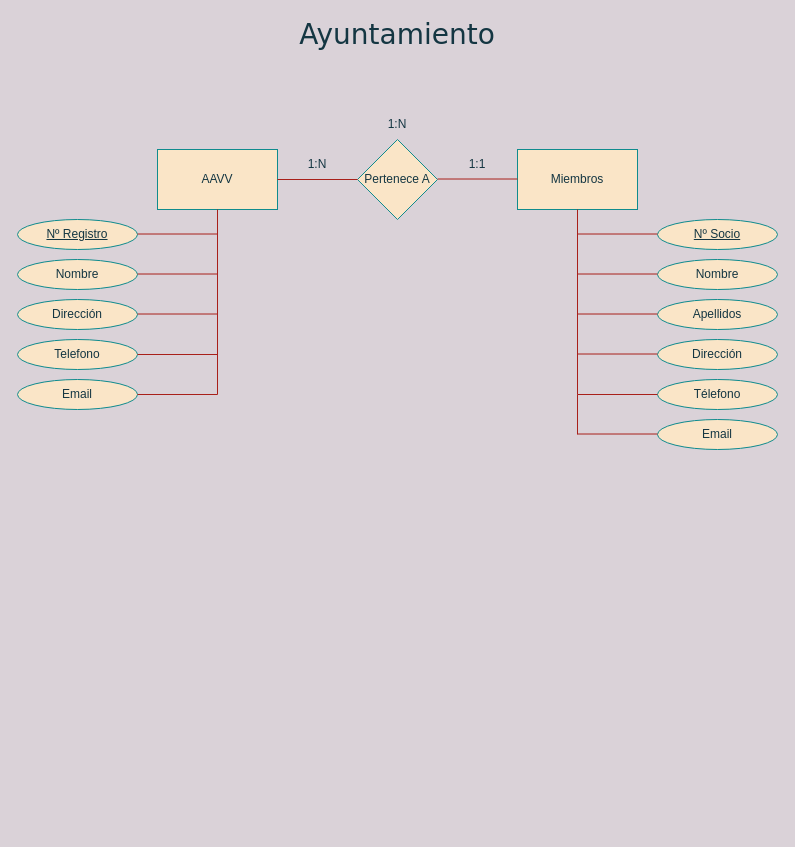
Above: BBDD/Disenyo/Ejercicio1/Ejercicio1.drawio in LazaroBC/Abastos (draw.io), before the change. Source tidied: cells renumbered, new cells numbered last; positions are measured from the earlier drawing's top-left corner, leaving out a move shared by most shapes. Both pictures are drawn from the tidied source at 100%, with x=0, y=0 at pixel (17, 19).
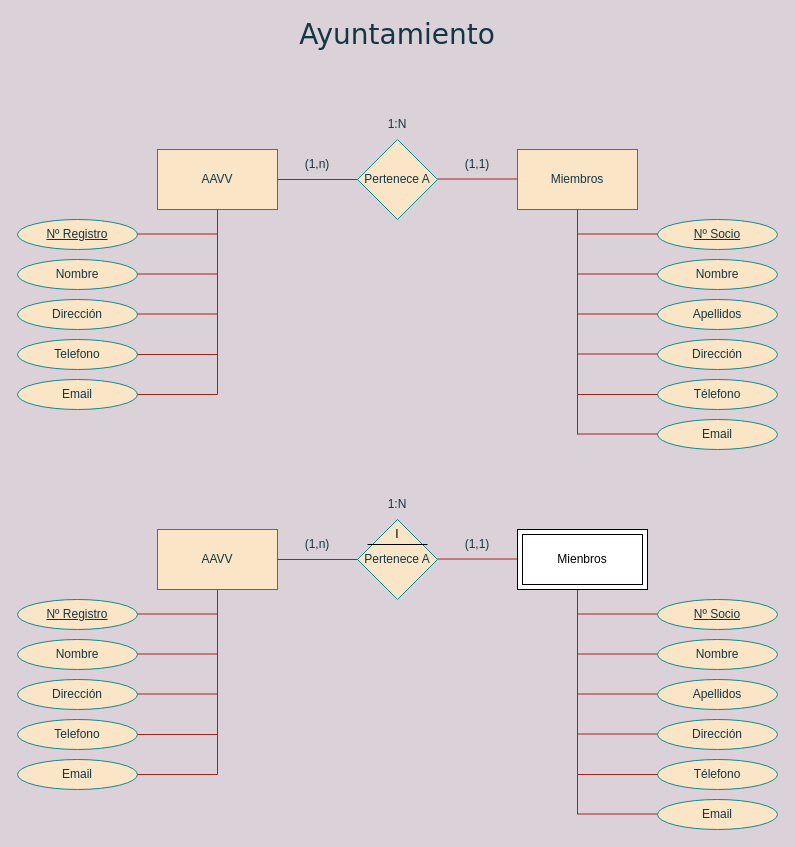
The same page after the edit.

Diff of the diagram source:
```diff
@@
-    <mxCell id="7" value="1:N" style="text;html=1;strokeColor=none;fillColor=none;align=center;verticalAlign=middle;whiteSpace=wrap;rounded=0;fontColor=#143642;" parent="1" vertex="1">
+    <mxCell id="7" value="(1,n)" style="text;html=1;strokeColor=none;fillColor=none;align=center;verticalAlign=middle;whiteSpace=wrap;rounded=0;fontColor=#143642;" parent="1" vertex="1">
       <mxGeometry x="270" y="130" width="60" height="30" as="geometry" />
     </mxCell>
-    <mxCell id="8" value="1:1" style="text;html=1;strokeColor=none;fillColor=none;align=center;verticalAlign=middle;whiteSpace=wrap;rounded=0;fontColor=#143642;" parent="1" vertex="1">
+    <mxCell id="8" value="(1,1)" style="text;html=1;strokeColor=none;fillColor=none;align=center;verticalAlign=middle;whiteSpace=wrap;rounded=0;fontColor=#143642;" parent="1" vertex="1">
       <mxGeometry x="430" y="130" width="60" height="30" as="geometry" />
     </mxCell>
@@
+    <mxCell id="34" value="AAVV" style="rounded=0;whiteSpace=wrap;html=1;fillColor=#FAE5C7;strokeColor=#0F8B8D;fontColor=#143642;" parent="1" vertex="1">
+      <mxGeometry x="140" y="510" width="120" height="60" as="geometry" />
+    </mxCell>
+    <mxCell id="35" value="Pertenece A" style="rhombus;whiteSpace=wrap;html=1;fillColor=#FAE5C7;strokeColor=#0F8B8D;fontColor=#143642;" parent="1" vertex="1">
+      <mxGeometry x="340" y="500" width="80" height="80" as="geometry" />
+    </mxCell>
+    <mxCell id="36" style="endArrow=none;html=1;rounded=0;exitX=1;exitY=0.5;exitDx=0;exitDy=0;strokeColor=#A8201A;fontColor=#143642;labelBackgroundColor=#DAD2D8;" parent="1" edge="1" source="34">
+      <mxGeometry relative="1" as="geometry">
+        <mxPoint x="340" y="540" as="targetPoint" />
+      </mxGeometry>
+    </mxCell>
+    <mxCell id="37" style="endArrow=none;html=1;rounded=0;exitX=1;exitY=0.5;exitDx=0;exitDy=0;strokeColor=#A8201A;fontColor=#143642;labelBackgroundColor=#DAD2D8;" parent="1" edge="1">
+      <mxGeometry relative="1" as="geometry">
+        <mxPoint x="420" y="539.5" as="sourcePoint" />
+        <mxPoint x="500" y="539.5" as="targetPoint" />
+      </mxGeometry>
+    </mxCell>
+    <mxCell id="38" value="(1,n)" style="text;html=1;strokeColor=none;fillColor=none;align=center;verticalAlign=middle;whiteSpace=wrap;rounded=0;fontColor=#143642;" parent="1" vertex="1">
+      <mxGeometry x="270" y="510" width="60" height="30" as="geometry" />
+    </mxCell>
+    <mxCell id="39" value="(1,1)" style="text;html=1;strokeColor=none;fillColor=none;align=center;verticalAlign=middle;whiteSpace=wrap;rounded=0;fontColor=#143642;" parent="1" vertex="1">
+      <mxGeometry x="430" y="510" width="60" height="30" as="geometry" />
+    </mxCell>
+    <mxCell id="40" value="1:N" style="text;html=1;strokeColor=none;fillColor=none;align=center;verticalAlign=middle;whiteSpace=wrap;rounded=0;fontColor=#143642;" parent="1" vertex="1">
+      <mxGeometry x="350" y="470" width="60" height="30" as="geometry" />
+    </mxCell>
+    <mxCell id="41" value="&lt;u&gt;Nº Registro&lt;/u&gt;" style="ellipse;whiteSpace=wrap;html=1;fillColor=#FAE5C7;strokeColor=#0F8B8D;fontColor=#143642;" parent="1" vertex="1">
+      <mxGeometry y="580" width="120" height="30" as="geometry" />
+    </mxCell>
+    <mxCell id="42" value="Nombre" style="ellipse;whiteSpace=wrap;html=1;fillColor=#FAE5C7;strokeColor=#0F8B8D;fontColor=#143642;" parent="1" vertex="1">
+      <mxGeometry y="620" width="120" height="30" as="geometry" />
+    </mxCell>
+    <mxCell id="43" value="Telefono" style="ellipse;whiteSpace=wrap;html=1;fillColor=#FAE5C7;strokeColor=#0F8B8D;fontColor=#143642;" parent="1" vertex="1">
+      <mxGeometry y="700" width="120" height="30" as="geometry" />
+    </mxCell>
+    <mxCell id="44" value="Dirección" style="ellipse;whiteSpace=wrap;html=1;fillColor=#FAE5C7;strokeColor=#0F8B8D;fontColor=#143642;" parent="1" vertex="1">
+      <mxGeometry y="660" width="120" height="30" as="geometry" />
+    </mxCell>
+    <mxCell id="45" value="Email" style="ellipse;whiteSpace=wrap;html=1;fillColor=#FAE5C7;strokeColor=#0F8B8D;fontColor=#143642;" parent="1" vertex="1">
+      <mxGeometry y="740" width="120" height="30" as="geometry" />
+    </mxCell>
+    <mxCell id="46" style="endArrow=none;html=1;rounded=0;exitX=1;exitY=0.5;exitDx=0;exitDy=0;entryX=0.5;entryY=1;entryDx=0;entryDy=0;strokeColor=#A8201A;fontColor=#143642;labelBackgroundColor=#DAD2D8;" parent="1" edge="1" source="45" target="34">
+      <mxGeometry relative="1" as="geometry">
+        <Array as="points">
+          <mxPoint x="200" y="755" />
+        </Array>
+      </mxGeometry>
+    </mxCell>
+    <mxCell id="47" style="endArrow=none;html=1;rounded=0;exitX=1;exitY=0.5;exitDx=0;exitDy=0;strokeColor=#A8201A;fontColor=#143642;labelBackgroundColor=#DAD2D8;" parent="1" edge="1" source="43">
+      <mxGeometry relative="1" as="geometry">
+        <mxPoint x="200" y="715" as="targetPoint" />
+      </mxGeometry>
+    </mxCell>
+    <mxCell id="48" style="endArrow=none;html=1;rounded=0;exitX=1;exitY=0.5;exitDx=0;exitDy=0;strokeColor=#A8201A;fontColor=#143642;labelBackgroundColor=#DAD2D8;" parent="1" edge="1">
+      <mxGeometry relative="1" as="geometry">
+        <mxPoint x="120" y="674.5" as="sourcePoint" />
+        <mxPoint x="200" y="674.5" as="targetPoint" />
+      </mxGeometry>
+    </mxCell>
+    <mxCell id="49" style="endArrow=none;html=1;rounded=0;exitX=1;exitY=0.5;exitDx=0;exitDy=0;strokeColor=#A8201A;fontColor=#143642;labelBackgroundColor=#DAD2D8;" parent="1" edge="1">
+      <mxGeometry relative="1" as="geometry">
+        <mxPoint x="120" y="634.5" as="sourcePoint" />
+        <mxPoint x="200" y="634.5" as="targetPoint" />
+      </mxGeometry>
+    </mxCell>
+    <mxCell id="50" style="endArrow=none;html=1;rounded=0;exitX=1;exitY=0.5;exitDx=0;exitDy=0;strokeColor=#A8201A;fontColor=#143642;labelBackgroundColor=#DAD2D8;" parent="1" edge="1">
+      <mxGeometry relative="1" as="geometry">
+        <mxPoint x="120" y="594.5" as="sourcePoint" />
+        <mxPoint x="200" y="594.5" as="targetPoint" />
+      </mxGeometry>
+    </mxCell>
+    <mxCell id="51" value="&lt;u&gt;Nº Socio&lt;/u&gt;" style="ellipse;whiteSpace=wrap;html=1;fillColor=#FAE5C7;strokeColor=#0F8B8D;fontColor=#143642;" parent="1" vertex="1">
+      <mxGeometry x="640" y="580" width="120" height="30" as="geometry" />
+    </mxCell>
+    <mxCell id="52" value="Nombre" style="ellipse;whiteSpace=wrap;html=1;fillColor=#FAE5C7;strokeColor=#0F8B8D;fontColor=#143642;" parent="1" vertex="1">
+      <mxGeometry x="640" y="620" width="120" height="30" as="geometry" />
+    </mxCell>
+    <mxCell id="53" value="Dirección" style="ellipse;whiteSpace=wrap;html=1;fillColor=#FAE5C7;strokeColor=#0F8B8D;fontColor=#143642;" parent="1" vertex="1">
+      <mxGeometry x="640" y="700" width="120" height="30" as="geometry" />
+    </mxCell>
+    <mxCell id="54" value="Apellidos" style="ellipse;whiteSpace=wrap;html=1;fillColor=#FAE5C7;strokeColor=#0F8B8D;fontColor=#143642;" parent="1" vertex="1">
+      <mxGeometry x="640" y="660" width="120" height="30" as="geometry" />
+    </mxCell>
+    <mxCell id="55" value="Télefono" style="ellipse;whiteSpace=wrap;html=1;fillColor=#FAE5C7;strokeColor=#0F8B8D;fontColor=#143642;" parent="1" vertex="1">
+      <mxGeometry x="640" y="740" width="120" height="30" as="geometry" />
+    </mxCell>
+    <mxCell id="56" style="endArrow=none;html=1;rounded=0;exitX=0;exitY=0.5;exitDx=0;exitDy=0;entryX=0.5;entryY=1;entryDx=0;entryDy=0;strokeColor=#A8201A;fontColor=#143642;labelBackgroundColor=#DAD2D8;" parent="1" edge="1" source="55">
+      <mxGeometry relative="1" as="geometry">
+        <mxPoint x="560" y="570" as="targetPoint" />
+        <Array as="points">
+          <mxPoint x="560" y="755" />
+        </Array>
+      </mxGeometry>
+    </mxCell>
+    <mxCell id="57" style="endArrow=none;html=1;rounded=0;exitX=1;exitY=0.5;exitDx=0;exitDy=0;strokeColor=#A8201A;fontColor=#143642;labelBackgroundColor=#DAD2D8;" parent="1" edge="1">
+      <mxGeometry relative="1" as="geometry">
+        <mxPoint x="560" y="714.5" as="sourcePoint" />
+        <mxPoint x="640" y="714.5" as="targetPoint" />
+      </mxGeometry>
+    </mxCell>
+    <mxCell id="58" style="endArrow=none;html=1;rounded=0;exitX=1;exitY=0.5;exitDx=0;exitDy=0;strokeColor=#A8201A;fontColor=#143642;labelBackgroundColor=#DAD2D8;" parent="1" edge="1">
+      <mxGeometry relative="1" as="geometry">
+        <mxPoint x="560" y="674.5" as="sourcePoint" />
+        <mxPoint x="640" y="674.5" as="targetPoint" />
+      </mxGeometry>
+    </mxCell>
+    <mxCell id="59" style="endArrow=none;html=1;rounded=0;exitX=1;exitY=0.5;exitDx=0;exitDy=0;strokeColor=#A8201A;fontColor=#143642;labelBackgroundColor=#DAD2D8;" parent="1" edge="1">
+      <mxGeometry relative="1" as="geometry">
+        <mxPoint x="560" y="634.5" as="sourcePoint" />
+        <mxPoint x="640" y="634.5" as="targetPoint" />
+      </mxGeometry>
+    </mxCell>
+    <mxCell id="60" style="endArrow=none;html=1;rounded=0;exitX=1;exitY=0.5;exitDx=0;exitDy=0;strokeColor=#A8201A;fontColor=#143642;labelBackgroundColor=#DAD2D8;" parent="1" edge="1">
+      <mxGeometry relative="1" as="geometry">
+        <mxPoint x="560" y="594.5" as="sourcePoint" />
+        <mxPoint x="640" y="594.5" as="targetPoint" />
+      </mxGeometry>
+    </mxCell>
+    <mxCell id="61" value="Email" style="ellipse;whiteSpace=wrap;html=1;fillColor=#FAE5C7;strokeColor=#0F8B8D;fontColor=#143642;" parent="1" vertex="1">
+      <mxGeometry x="640" y="780" width="120" height="30" as="geometry" />
+    </mxCell>
+    <mxCell id="62" style="endArrow=none;html=1;rounded=0;exitX=1;exitY=0.5;exitDx=0;exitDy=0;strokeColor=#A8201A;fontColor=#143642;labelBackgroundColor=#DAD2D8;" parent="1" edge="1">
+      <mxGeometry relative="1" as="geometry">
+        <mxPoint x="560" y="794.5" as="sourcePoint" />
+        <mxPoint x="640" y="794.5" as="targetPoint" />
+      </mxGeometry>
+    </mxCell>
+    <mxCell id="63" style="endArrow=none;html=1;rounded=0;strokeColor=#A8201A;fontColor=#143642;labelBackgroundColor=#DAD2D8;" parent="1" edge="1">
+      <mxGeometry relative="1" as="geometry">
+        <mxPoint x="560" y="795" as="sourcePoint" />
+        <mxPoint x="560" y="755" as="targetPoint" />
+      </mxGeometry>
+    </mxCell>
+    <mxCell id="64" value="Mienbros" style="shape=ext;margin=3;double=1;whiteSpace=wrap;html=1;align=center;" parent="1" vertex="1">
+      <mxGeometry x="500" y="510" width="130" height="60" as="geometry" />
+    </mxCell>
+    <mxCell id="65" style="line;strokeWidth=1;dashed=0;labelPosition=right;align=left;verticalAlign=middle;spacingTop=0;spacingLeft=6;" parent="1" vertex="1">
+      <mxGeometry x="350" y="520" width="60" height="10" as="geometry" />
+    </mxCell>
+    <mxCell id="66" value="I" style="text;html=1;strokeColor=none;fillColor=none;align=center;verticalAlign=middle;whiteSpace=wrap;rounded=0;" parent="1" vertex="1">
+      <mxGeometry x="350" y="500" width="60" height="30" as="geometry" />
+    </mxCell>
```
